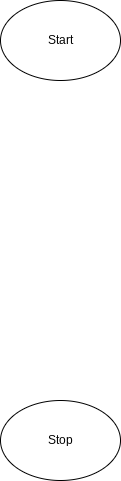
Above: top_down and flochart/flocahrt.png in Huzaifa-Khalid-2/ics4u-assignment2-typescript (draw.io), before the change. Source tidied: cells renumbered, new cells last; positions are measured from the earlier drawing's top-left corner, leaving out a move shared by most shapes. Its diagram source:
```xml
<mxGraphModel>
  <root>
    <mxCell id="0" />
    <mxCell id="1" parent="0" />
    <mxCell id="2" value="Start" style="ellipse;whiteSpace=wrap;html=1;" parent="1" vertex="1">
      <mxGeometry width="120" height="80" as="geometry" />
    </mxCell>
    <mxCell id="3" value="Stop" style="ellipse;whiteSpace=wrap;html=1;" parent="1" vertex="1">
      <mxGeometry y="400" width="120" height="80" as="geometry" />
    </mxCell>
  </root>
</mxGraphModel>
```
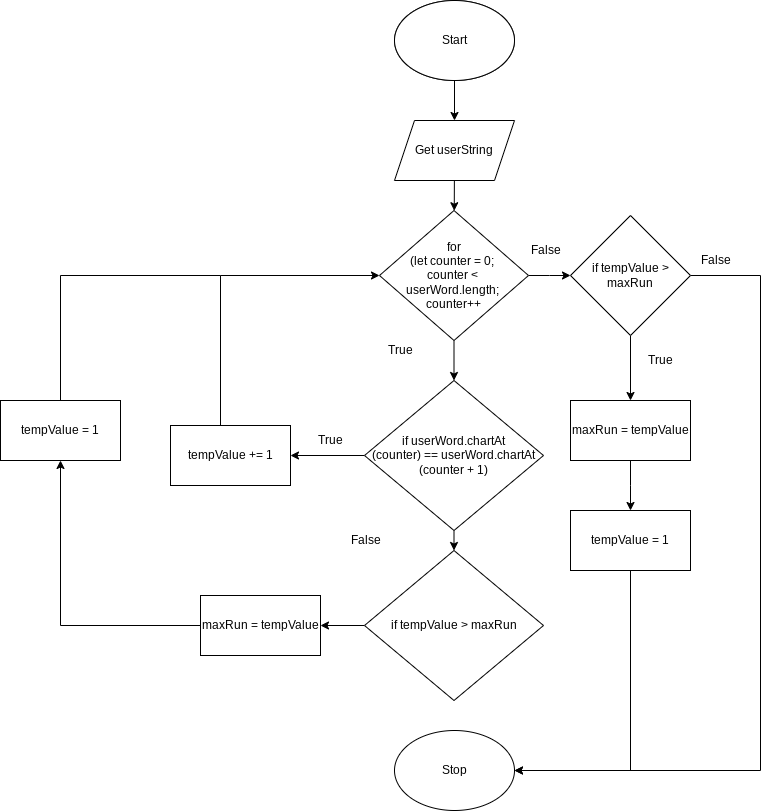
The same file after the commit.

Change to the diagram source:
```diff
@@ -3,10 +3,140 @@
     <mxCell id="0" />
     <mxCell id="1" parent="0" />
     <mxCell id="2" value="Start" style="ellipse;whiteSpace=wrap;html=1;" parent="1" vertex="1">
-      <mxGeometry width="120" height="80" as="geometry" />
+      <mxGeometry y="-70" width="120" height="80" as="geometry" />
     </mxCell>
     <mxCell id="3" value="Stop" style="ellipse;whiteSpace=wrap;html=1;" parent="1" vertex="1">
-      <mxGeometry y="400" width="120" height="80" as="geometry" />
+      <mxGeometry y="510" width="120" height="80" as="geometry" />
     </mxCell>
+    <mxCell id="4" style="edgeStyle=none;html=1;" parent="1" edge="1" source="5">
+      <mxGeometry relative="1" as="geometry">
+        <mxPoint x="60" y="50" as="targetPoint" />
+      </mxGeometry>
+    </mxCell>
+    <mxCell id="5" value="Start" style="ellipse;whiteSpace=wrap;html=1;" parent="1" vertex="1">
+      <mxGeometry y="-70" width="120" height="80" as="geometry" />
+    </mxCell>
+    <mxCell id="6" value="Stop" style="ellipse;whiteSpace=wrap;html=1;" parent="1" vertex="1">
+      <mxGeometry y="660" width="120" height="80" as="geometry" />
+    </mxCell>
+    <mxCell id="7" style="edgeStyle=none;html=1;" parent="1" edge="1" source="10">
+      <mxGeometry relative="1" as="geometry">
+        <mxPoint x="60" y="220" as="targetPoint" />
+      </mxGeometry>
+    </mxCell>
+    <mxCell id="8" style="edgeStyle=none;html=1;entryX=0.5;entryY=0;entryDx=0;entryDy=0;" parent="1" edge="1" source="10" target="15">
+      <mxGeometry relative="1" as="geometry" />
+    </mxCell>
+    <mxCell id="9" style="edgeStyle=elbowEdgeStyle;rounded=0;html=1;entryX=0;entryY=0.5;entryDx=0;entryDy=0;" parent="1" edge="1" source="10" target="29">
+      <mxGeometry relative="1" as="geometry" />
+    </mxCell>
+    <mxCell id="10" value="&lt;span&gt;for&lt;br&gt;(let counter = 0; &lt;br&gt;counter &amp;lt; &lt;br&gt;userWord.length; &lt;br&gt;counter++&lt;/span&gt;" style="rhombus;whiteSpace=wrap;html=1;" parent="1" vertex="1">
+      <mxGeometry x="-15" y="140" width="149" height="130" as="geometry" />
+    </mxCell>
+    <mxCell id="11" style="edgeStyle=none;html=1;" parent="1" edge="1" source="12" target="10">
+      <mxGeometry relative="1" as="geometry" />
+    </mxCell>
+    <mxCell id="12" value="Get userString" style="shape=parallelogram;perimeter=parallelogramPerimeter;whiteSpace=wrap;html=1;fixedSize=1;" parent="1" vertex="1">
+      <mxGeometry y="50" width="120" height="60" as="geometry" />
+    </mxCell>
+    <mxCell id="13" style="edgeStyle=none;html=1;" parent="1" edge="1" source="15" target="17">
+      <mxGeometry relative="1" as="geometry" />
+    </mxCell>
+    <mxCell id="14" style="edgeStyle=none;html=1;" parent="1" edge="1" source="15">
+      <mxGeometry relative="1" as="geometry">
+        <mxPoint x="-104" y="385" as="targetPoint" />
+      </mxGeometry>
+    </mxCell>
+    <mxCell id="15" value="if userWord.chartAt&lt;br&gt;(counter) == userWord.chartAt&lt;br&gt;(counter + 1)" style="rhombus;whiteSpace=wrap;html=1;" parent="1" vertex="1">
+      <mxGeometry x="-30" y="310" width="179" height="150" as="geometry" />
+    </mxCell>
+    <mxCell id="16" style="edgeStyle=none;html=1;" parent="1" edge="1" source="17" target="22">
+      <mxGeometry relative="1" as="geometry" />
+    </mxCell>
+    <mxCell id="17" value="if tempValue &amp;gt; maxRun" style="rhombus;whiteSpace=wrap;html=1;" parent="1" vertex="1">
+      <mxGeometry x="-30" y="480" width="179" height="150" as="geometry" />
+    </mxCell>
+    <mxCell id="18" value="True" style="text;html=1;align=center;verticalAlign=middle;strokeColor=none;fillColor=none;" parent="1" vertex="1">
+      <mxGeometry x="-14" y="270" width="40" height="20" as="geometry" />
+    </mxCell>
+    <mxCell id="19" value="True" style="text;html=1;align=center;verticalAlign=middle;strokeColor=none;fillColor=none;" parent="1" vertex="1">
+      <mxGeometry x="-84" y="360" width="40" height="20" as="geometry" />
+    </mxCell>
+    <mxCell id="20" value="False" style="text;html=1;align=center;verticalAlign=middle;strokeColor=none;fillColor=none;" parent="1" vertex="1">
+      <mxGeometry x="-54" y="460" width="50" height="20" as="geometry" />
+    </mxCell>
+    <mxCell id="21" style="edgeStyle=orthogonalEdgeStyle;html=1;entryX=0.5;entryY=1;entryDx=0;entryDy=0;rounded=0;" parent="1" edge="1" source="22" target="23">
+      <mxGeometry relative="1" as="geometry">
+        <Array as="points">
+          <mxPoint x="-334" y="555" />
+        </Array>
+      </mxGeometry>
+    </mxCell>
+    <mxCell id="22" value="maxRun = tempValue" style="rounded=0;whiteSpace=wrap;html=1;" parent="1" vertex="1">
+      <mxGeometry x="-194" y="525" width="120" height="60" as="geometry" />
+    </mxCell>
+    <mxCell id="23" value="tempValue = 1" style="rounded=0;whiteSpace=wrap;html=1;" parent="1" vertex="1">
+      <mxGeometry x="-394" y="330" width="120" height="60" as="geometry" />
+    </mxCell>
+    <mxCell id="24" style="edgeStyle=elbowEdgeStyle;rounded=0;html=1;entryX=0;entryY=0.5;entryDx=0;entryDy=0;" parent="1" edge="1" source="25" target="10">
+      <mxGeometry relative="1" as="geometry">
+        <Array as="points">
+          <mxPoint x="-174" y="280" />
+        </Array>
+      </mxGeometry>
+    </mxCell>
+    <mxCell id="25" value="tempValue += 1" style="rounded=0;whiteSpace=wrap;html=1;" parent="1" vertex="1">
+      <mxGeometry x="-224" y="355" width="120" height="60" as="geometry" />
+    </mxCell>
+    <mxCell id="26" style="endArrow=none;html=1;rounded=0;exitX=0.5;exitY=0;exitDx=0;exitDy=0;edgeStyle=elbowEdgeStyle;" parent="1" edge="1" source="23">
+      <mxGeometry relative="1" as="geometry">
+        <mxPoint x="-174" y="205" as="targetPoint" />
+        <Array as="points">
+          <mxPoint x="-334" y="270" />
+          <mxPoint x="-334" y="210" />
+          <mxPoint x="-334" y="280" />
+        </Array>
+      </mxGeometry>
+    </mxCell>
+    <mxCell id="27" style="edgeStyle=elbowEdgeStyle;rounded=0;html=1;entryX=0.5;entryY=0;entryDx=0;entryDy=0;" parent="1" edge="1" source="29" target="32">
+      <mxGeometry relative="1" as="geometry" />
+    </mxCell>
+    <mxCell id="28" style="edgeStyle=elbowEdgeStyle;rounded=0;html=1;entryX=1;entryY=0.5;entryDx=0;entryDy=0;" parent="1" edge="1" source="29" target="6">
+      <mxGeometry relative="1" as="geometry">
+        <Array as="points">
+          <mxPoint x="366" y="500" />
+        </Array>
+      </mxGeometry>
+    </mxCell>
+    <mxCell id="29" value="if tempValue &amp;gt; maxRun" style="rhombus;whiteSpace=wrap;html=1;" parent="1" vertex="1">
+      <mxGeometry x="176" y="145" width="120" height="120" as="geometry" />
+    </mxCell>
+    <mxCell id="30" value="False" style="text;html=1;align=center;verticalAlign=middle;strokeColor=none;fillColor=none;" parent="1" vertex="1">
+      <mxGeometry x="126" y="170" width="50" height="20" as="geometry" />
+    </mxCell>
+    <mxCell id="31" style="edgeStyle=elbowEdgeStyle;rounded=0;html=1;" parent="1" edge="1" source="32">
+      <mxGeometry relative="1" as="geometry">
+        <mxPoint x="236" y="440" as="targetPoint" />
+      </mxGeometry>
+    </mxCell>
+    <mxCell id="32" value="maxRun = tempValue" style="rounded=0;whiteSpace=wrap;html=1;" parent="1" vertex="1">
+      <mxGeometry x="176" y="330" width="120" height="60" as="geometry" />
+    </mxCell>
+    <mxCell id="33" style="edgeStyle=elbowEdgeStyle;rounded=0;html=1;entryX=1;entryY=0.5;entryDx=0;entryDy=0;" parent="1" edge="1" source="34" target="6">
+      <mxGeometry relative="1" as="geometry">
+        <Array as="points">
+          <mxPoint x="236" y="620" />
+        </Array>
+      </mxGeometry>
+    </mxCell>
+    <mxCell id="34" value="tempValue = 1" style="rounded=0;whiteSpace=wrap;html=1;" parent="1" vertex="1">
+      <mxGeometry x="176" y="440" width="120" height="60" as="geometry" />
+    </mxCell>
+    <mxCell id="35" value="True" style="text;html=1;align=center;verticalAlign=middle;strokeColor=none;fillColor=none;" parent="1" vertex="1">
+      <mxGeometry x="246" y="280" width="40" height="20" as="geometry" />
+    </mxCell>
+    <mxCell id="36" value="False" style="text;html=1;align=center;verticalAlign=middle;strokeColor=none;fillColor=none;" parent="1" vertex="1">
+      <mxGeometry x="296" y="180" width="50" height="20" as="geometry" />
+    </mxCell>
   </root>
 </mxGraphModel>
```
